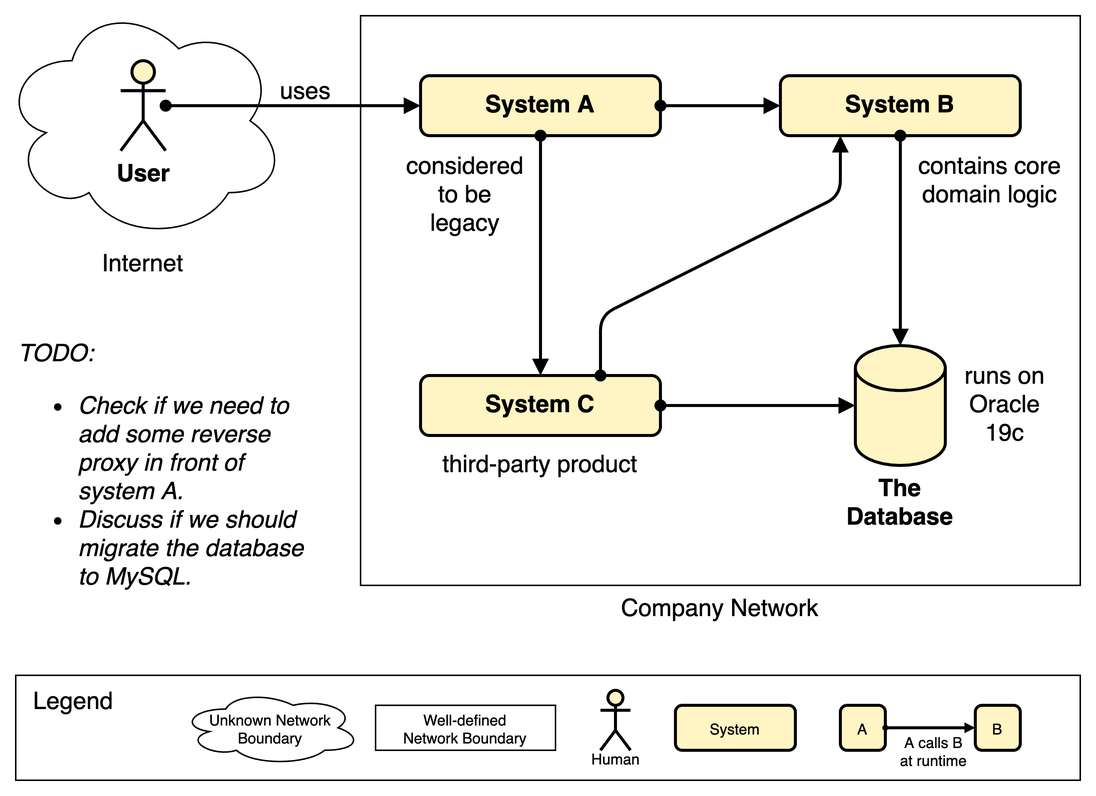
Before: diagrams/text-guideline_font-style_4.png, a diagram exported from draw.io (martinleggewie/visual-tips-for-creating-schematic-diagrams). Source tidied: cells renumbered, new cells last; positions are measured from the earlier drawing's top-left corner, leaving out a move shared by most shapes.
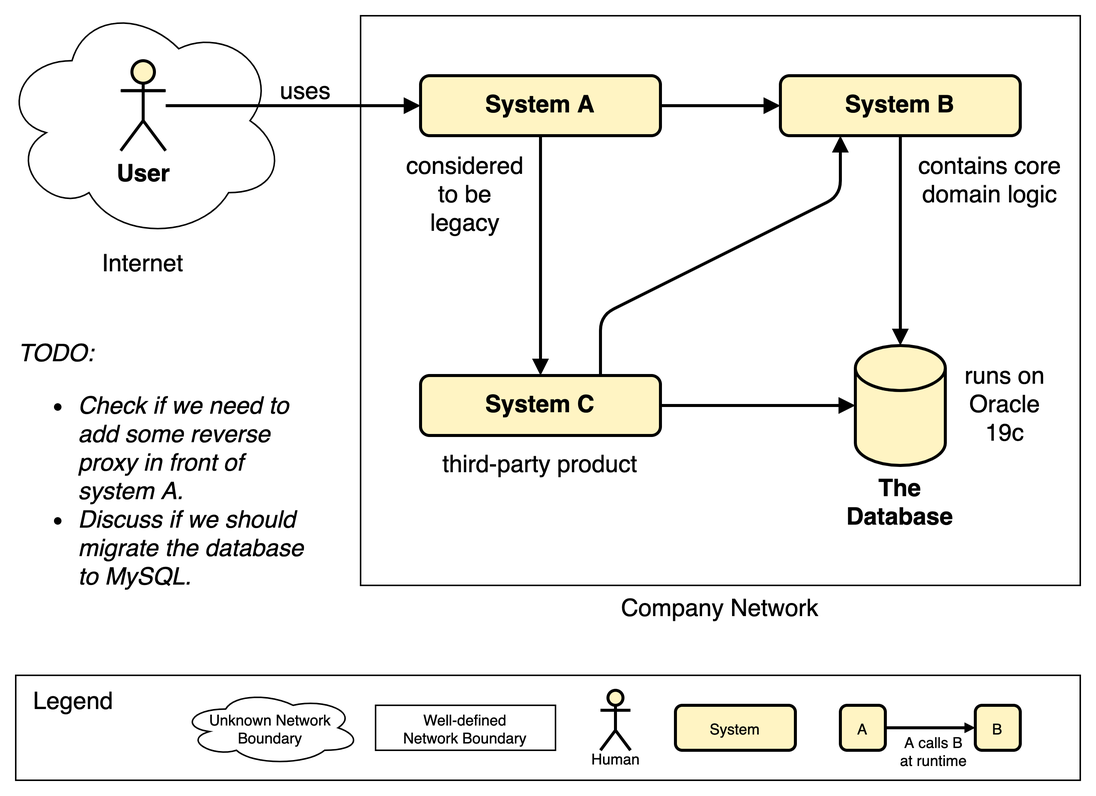
After the change.

Change to the diagram source:
```diff
@@ -18,10 +18,10 @@
     <mxCell id="7" value="System B" style="rounded=1;whiteSpace=wrap;html=1;strokeWidth=2;fontSize=16;fontStyle=1;fillColor=#FFF4C3;" parent="3" vertex="1">
       <mxGeometry x="520" y="50" width="160" height="40" as="geometry" />
     </mxCell>
-    <mxCell id="8" style="rounded=0;jettySize=auto;html=1;fontSize=16;endArrow=block;endFill=1;startArrow=oval;startFill=1;strokeWidth=2;" parent="3" edge="1" source="6" target="7">
+    <mxCell id="8" style="rounded=0;jettySize=auto;html=1;fontSize=16;endArrow=block;endFill=1;startArrow=none;startFill=0;strokeWidth=2;" parent="3" edge="1" source="6" target="7">
       <mxGeometry relative="1" as="geometry" />
     </mxCell>
-    <mxCell id="9" style="edgeStyle=none;rounded=0;jettySize=auto;html=1;startArrow=oval;startFill=1;endArrow=block;endFill=1;strokeWidth=2;fontSize=16;" parent="3" edge="1" source="11" target="6">
+    <mxCell id="9" style="edgeStyle=none;rounded=0;jettySize=auto;html=1;startArrow=none;startFill=0;endArrow=block;endFill=1;strokeWidth=2;fontSize=16;" parent="3" edge="1" source="11" target="6">
       <mxGeometry relative="1" as="geometry" />
     </mxCell>
     <mxCell id="10" value="uses" style="edgeLabel;html=1;align=center;verticalAlign=middle;fontSize=16;labelBackgroundColor=none;" parent="9" vertex="1">
@@ -38,16 +38,16 @@
     <mxCell id="13" value="System C" style="rounded=1;whiteSpace=wrap;html=1;strokeWidth=2;fontSize=16;fontStyle=1;fillColor=#FFF4C3;" parent="3" vertex="1">
       <mxGeometry x="280" y="250" width="160" height="40" as="geometry" />
     </mxCell>
-    <mxCell id="14" style="edgeStyle=none;rounded=0;jettySize=auto;html=1;startArrow=oval;startFill=1;endArrow=block;endFill=1;strokeWidth=2;fontSize=16;" parent="3" edge="1" source="13" target="12">
+    <mxCell id="14" style="edgeStyle=none;rounded=0;jettySize=auto;html=1;startArrow=none;startFill=0;endArrow=block;endFill=1;strokeWidth=2;fontSize=16;" parent="3" edge="1" source="13" target="12">
       <mxGeometry relative="1" as="geometry" />
     </mxCell>
-    <mxCell id="15" style="edgeStyle=none;rounded=0;jettySize=auto;html=1;startArrow=oval;startFill=1;endArrow=block;endFill=1;strokeWidth=2;fontSize=16;" parent="3" edge="1" source="6" target="13">
+    <mxCell id="15" style="edgeStyle=none;rounded=0;jettySize=auto;html=1;startArrow=none;startFill=0;endArrow=block;endFill=1;strokeWidth=2;fontSize=16;" parent="3" edge="1" source="6" target="13">
       <mxGeometry relative="1" as="geometry" />
     </mxCell>
-    <mxCell id="16" style="edgeStyle=none;rounded=0;jettySize=auto;html=1;startArrow=oval;startFill=1;endArrow=block;endFill=1;strokeWidth=2;fontSize=16;" parent="3" edge="1" source="7" target="12">
+    <mxCell id="16" style="edgeStyle=none;rounded=0;jettySize=auto;html=1;startArrow=none;startFill=0;endArrow=block;endFill=1;strokeWidth=2;fontSize=16;" parent="3" edge="1" source="7" target="12">
       <mxGeometry relative="1" as="geometry" />
     </mxCell>
-    <mxCell id="17" style="jettySize=auto;html=1;startArrow=oval;startFill=1;endArrow=block;endFill=1;strokeWidth=2;fontSize=16;exitX=0.75;exitY=0;exitDx=0;exitDy=0;entryX=0.25;entryY=1;entryDx=0;entryDy=0;rounded=1;elbow=vertical;jumpStyle=none;sketch=0;shadow=0;comic=0;arcSize=20;" parent="3" edge="1" source="13" target="7">
+    <mxCell id="17" style="jettySize=auto;html=1;startArrow=none;startFill=0;endArrow=block;endFill=1;strokeWidth=2;fontSize=16;exitX=0.75;exitY=0;exitDx=0;exitDy=0;entryX=0.25;entryY=1;entryDx=0;entryDy=0;rounded=1;elbow=vertical;jumpStyle=none;sketch=0;shadow=0;comic=0;arcSize=20;" parent="3" edge="1" source="13" target="7">
       <mxGeometry relative="1" as="geometry">
         <Array as="points">
           <mxPoint x="400" y="210" />
@@ -89,7 +89,7 @@
     <mxCell id="29" value="Human" style="shape=umlActor;verticalLabelPosition=middle;verticalAlign=middle;html=1;fontSize=10;strokeWidth=2;fontStyle=0;fillColor=#FFF4C3;labelPosition=center;align=center;spacingTop=50;" parent="23" vertex="1">
       <mxGeometry x="400" y="460" width="20" height="40" as="geometry" />
     </mxCell>
-    <mxCell id="30" style="edgeStyle=none;rounded=0;jettySize=auto;html=1;startArrow=oval;startFill=1;endArrow=block;endFill=1;strokeWidth=2;fontSize=16;endSize=2;startSize=2;exitX=1;exitY=0.5;exitDx=0;exitDy=0;entryX=0;entryY=0.5;entryDx=0;entryDy=0;" parent="23" edge="1" source="25" target="32">
+    <mxCell id="30" style="edgeStyle=none;rounded=0;jettySize=auto;html=1;startArrow=none;startFill=0;endArrow=block;endFill=1;strokeWidth=2;fontSize=16;endSize=2;startSize=2;exitX=1;exitY=0.5;exitDx=0;exitDy=0;entryX=0;entryY=0.5;entryDx=0;entryDy=0;" parent="23" edge="1" source="25" target="32">
       <mxGeometry x="40" y="696" as="geometry" />
     </mxCell>
     <mxCell id="31" value="A calls B&lt;br&gt;at runtime" style="edgeLabel;html=1;align=center;verticalAlign=middle;fontSize=10;" parent="30" vertex="1">
```
